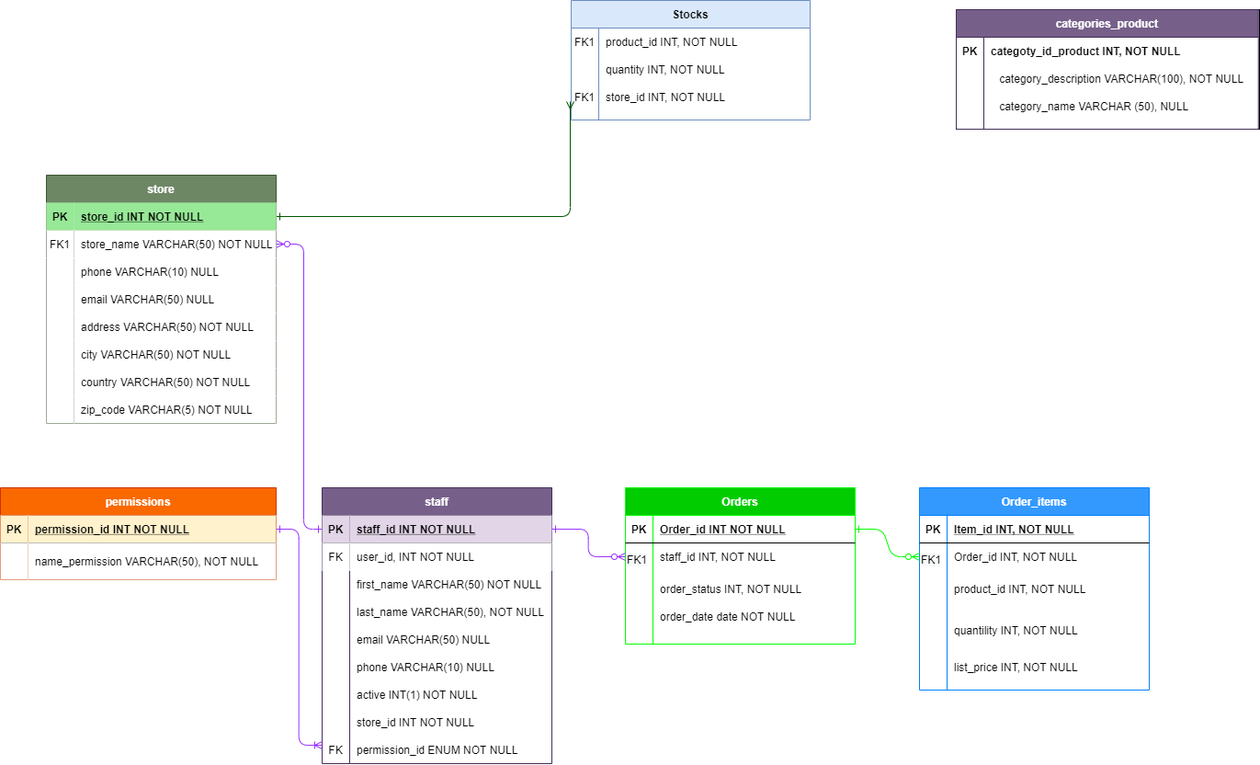
Before: RestaSoft Diagram.png, a diagram exported from draw.io (RestaSoft/ERM-RestaSoft). Source tidied: cells renumbered, new cells last; positions are measured from the earlier drawing's top-left corner, leaving out a move shared by most shapes.
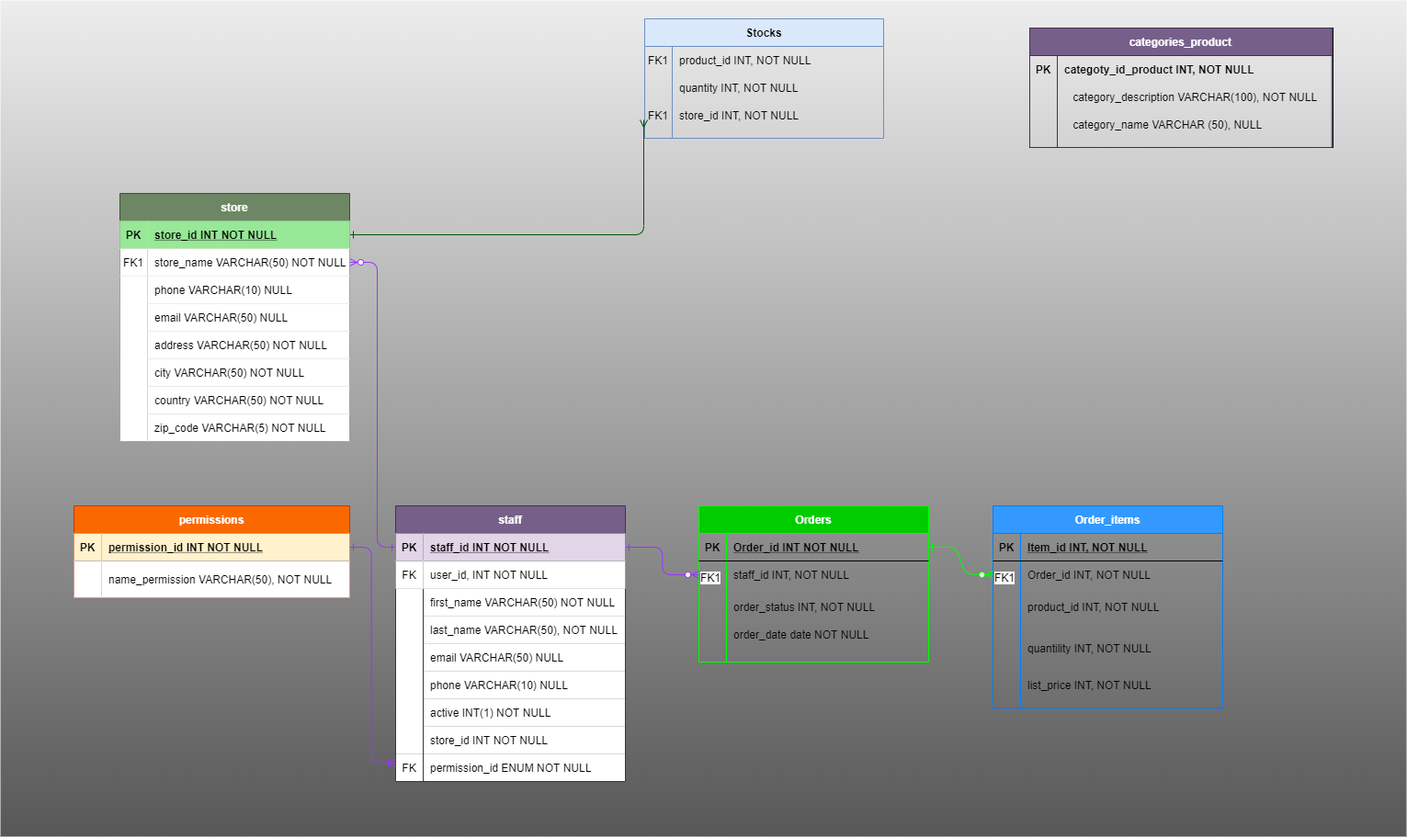
Later version of the same file.

Commit message:
background container

Change to the diagram source:
```diff
@@ -2,6 +2,9 @@
   <root>
     <mxCell id="0" />
     <mxCell id="1" parent="0" />
+    <mxCell id="100" style="rounded=0;whiteSpace=wrap;html=1;gradientDirection=south;gradientColor=#575757;fillColor=#EDEDED;strokeColor=none;" parent="1" vertex="1">
+      <mxGeometry x="-80" y="-20" width="1530" height="910" as="geometry" />
+    </mxCell>
     <mxCell id="2" style="edgeStyle=elbowEdgeStyle;endArrow=ERzeroToMany;startArrow=ERone;endFill=1;startFill=0;fillColor=#76608a;exitX=0;exitY=0.5;exitDx=0;exitDy=0;strokeColor=#9933FF;" parent="1" edge="1" source="93" target="70">
       <mxGeometry relative="1" as="geometry">
         <Array as="points">
```
